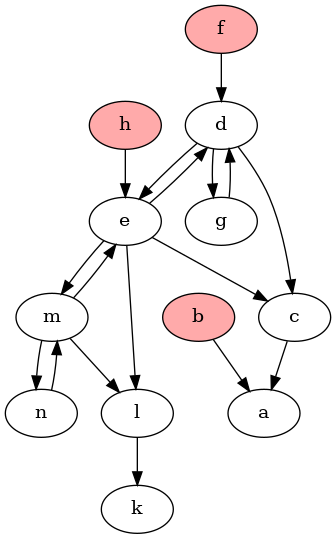
Earlier version of the Graphviz export XLoKR-2023/output/state_0.0_graph.png (idaks/Games-and-Argumentation). Its source is kept beside it as XLoKR-2023/output/state_0.0_graph.dot.
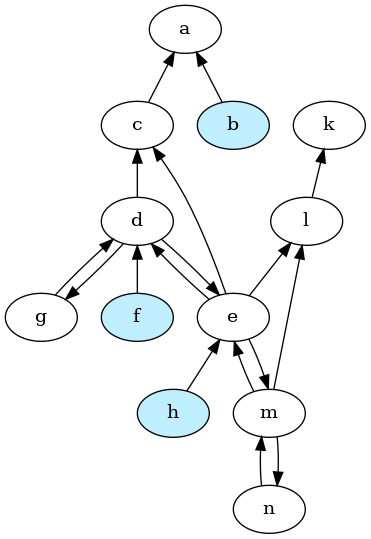
The same file after the commit.

Diff of the diagram source:
```diff
@@ -1,25 +1,25 @@
 strict digraph "" {
-	b	[fillcolor="#FFAAAA",
+	b	[fillcolor="#bfefff",
 		style=filled];
-	b -> a;
-	c -> a;
-	l -> k;
-	d -> c;
-	d -> e;
-	d -> g;
-	e -> c;
-	e -> l;
-	e -> d;
-	e -> m;
-	m -> l;
-	m -> e;
-	m -> n;
-	f	[fillcolor="#FFAAAA",
+	a -> b	[dir=back];
+	a -> c	[dir=back];
+	c -> d	[dir=back];
+	c -> e	[dir=back];
+	k -> l	[dir=back];
+	l -> e	[dir=back];
+	l -> m	[dir=back];
+	d -> e	[dir=back];
+	f	[fillcolor="#bfefff",
 		style=filled];
-	f -> d;
-	g -> d;
-	h	[fillcolor="#FFAAAA",
+	d -> f	[dir=back];
+	d -> g	[dir=back];
+	e -> d	[dir=back];
+	e -> m	[dir=back];
+	h	[fillcolor="#bfefff",
 		style=filled];
-	h -> e;
-	n -> m;
+	e -> h	[dir=back];
+	m -> e	[dir=back];
+	m -> n	[dir=back];
+	g -> d	[dir=back];
+	n -> m	[dir=back];
 }
```
